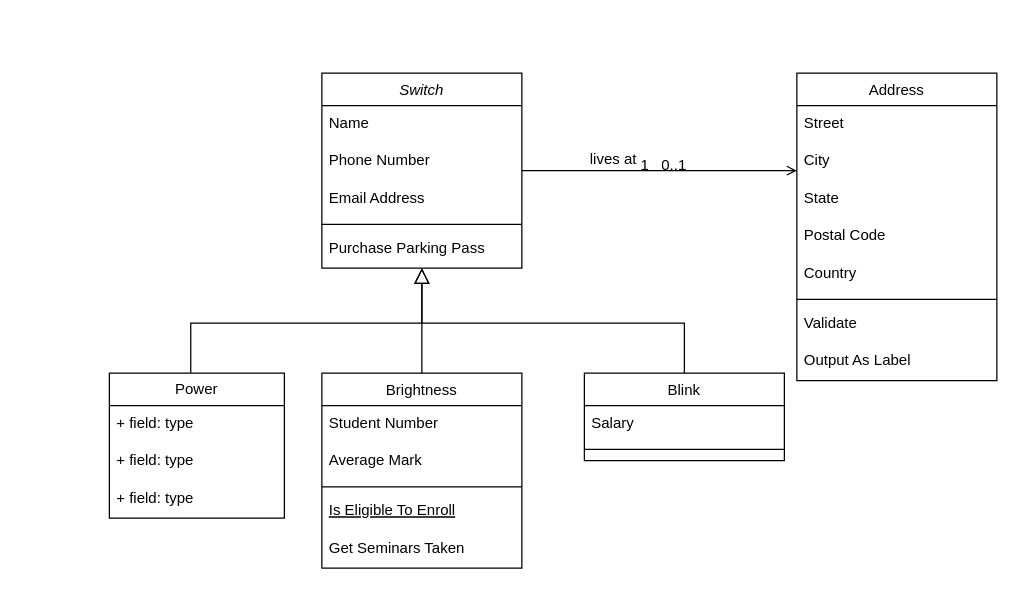
Before: lampcontrol.drawio in naughtyraven/shiyan, a draw.io diagram. Source tidied: cells renumbered, new cells numbered last; positions are measured from the earlier drawing's top-left corner, leaving out a move shared by most shapes. Both pictures are drawn from the tidied source at 125%, with x=0, y=0 at pixel (109, 72).
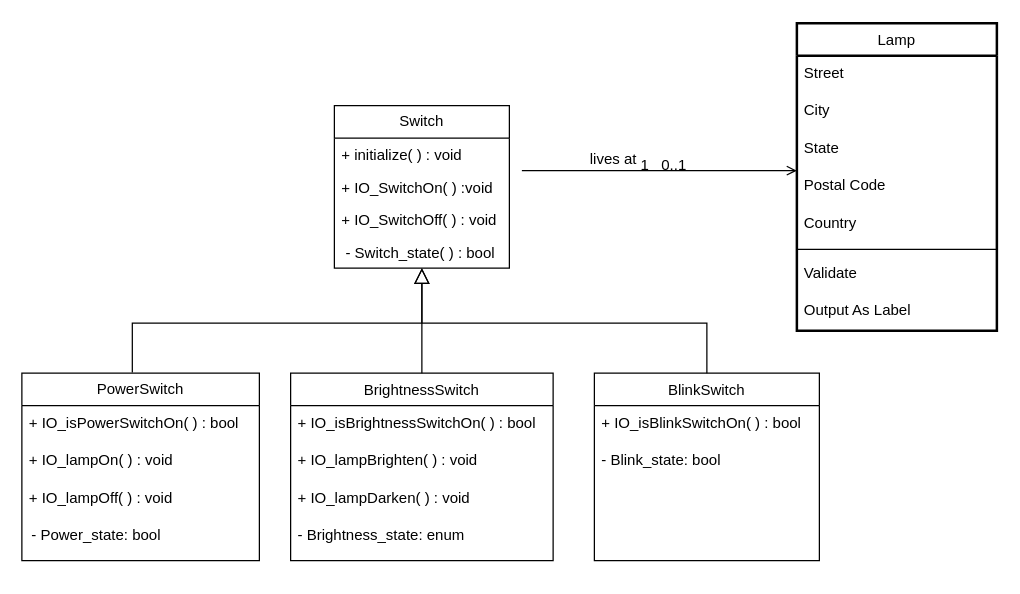
Above is the later version.

What changed in the source:
```diff
@@
-    <mxCell id="2" value="Switch" style="swimlane;fontStyle=2;align=center;verticalAlign=top;horizontal=1;startSize=26;rounded=0;shadow=0;strokeWidth=1;" parent="1" vertex="1">
-      <mxGeometry x="170" width="160" height="156" as="geometry" />
-    </mxCell>
-    <mxCell id="3" value="Name" style="text;align=left;verticalAlign=top;spacingLeft=4;spacingRight=4;overflow=hidden;" parent="2" vertex="1">
-      <mxGeometry y="26" width="160" height="30" as="geometry" />
-    </mxCell>
-    <mxCell id="4" value="Phone Number" style="text;align=left;verticalAlign=top;spacingLeft=4;spacingRight=4;overflow=hidden;rounded=0;shadow=0;html=0;" parent="2" vertex="1">
-      <mxGeometry y="56" width="160" height="30" as="geometry" />
-    </mxCell>
-    <mxCell id="5" value="Email Address" style="text;align=left;verticalAlign=top;spacingLeft=4;spacingRight=4;overflow=hidden;rounded=0;shadow=0;html=0;" parent="2" vertex="1">
-      <mxGeometry y="86" width="160" height="30" as="geometry" />
-    </mxCell>
-    <mxCell id="6" style="line;html=1;strokeWidth=1;align=left;verticalAlign=middle;spacingTop=-1;spacingLeft=3;spacingRight=3;labelPosition=right;" parent="2" vertex="1">
-      <mxGeometry y="116" width="160" height="10" as="geometry" />
-    </mxCell>
-    <mxCell id="7" value="Purchase Parking Pass" style="text;align=left;verticalAlign=top;spacingLeft=4;spacingRight=4;overflow=hidden;" parent="2" vertex="1">
-      <mxGeometry y="126" width="160" height="30" as="geometry" />
-    </mxCell>
-    <mxCell id="8" value="Brightness" style="swimlane;fontStyle=0;align=center;verticalAlign=top;horizontal=1;startSize=26;rounded=0;shadow=0;strokeWidth=1;" parent="1" vertex="1">
-      <mxGeometry x="170" y="240" width="160" height="156" as="geometry" />
+    <mxCell id="8" value="BrightnessSwitch" style="swimlane;fontStyle=0;align=center;verticalAlign=top;horizontal=1;startSize=26;rounded=0;shadow=0;strokeWidth=1;" parent="1" vertex="1">
+      <mxGeometry x="145" y="240" width="210" height="150" as="geometry" />
     </mxCell>
-    <mxCell id="9" value="Student Number" style="text;align=left;verticalAlign=top;spacingLeft=4;spacingRight=4;overflow=hidden;" parent="8" vertex="1">
-      <mxGeometry y="26" width="160" height="30" as="geometry" />
+    <mxCell id="9" value="+ IO_isBrightnessSwitchOn( ) : bool" style="text;align=left;verticalAlign=top;spacingLeft=4;spacingRight=4;overflow=hidden;" parent="8" vertex="1">
+      <mxGeometry y="26" width="210" height="30" as="geometry" />
     </mxCell>
-    <mxCell id="10" value="Average Mark" style="text;align=left;verticalAlign=top;spacingLeft=4;spacingRight=4;overflow=hidden;rounded=0;shadow=0;html=0;" parent="8" vertex="1">
-      <mxGeometry y="56" width="160" height="30" as="geometry" />
+    <mxCell id="10" value="+ IO_lampBrighten( ) : void" style="text;align=left;verticalAlign=top;spacingLeft=4;spacingRight=4;overflow=hidden;rounded=0;shadow=0;html=0;" parent="8" vertex="1">
+      <mxGeometry y="56" width="210" height="30" as="geometry" />
     </mxCell>
-    <mxCell id="11" style="line;html=1;strokeWidth=1;align=left;verticalAlign=middle;spacingTop=-1;spacingLeft=3;spacingRight=3;labelPosition=right;" parent="8" vertex="1">
-      <mxGeometry y="86" width="160" height="10" as="geometry" />
-    </mxCell>
-    <mxCell id="12" value="Is Eligible To Enroll" style="text;align=left;verticalAlign=top;spacingLeft=4;spacingRight=4;overflow=hidden;fontStyle=4;" parent="8" vertex="1">
-      <mxGeometry y="96" width="160" height="30" as="geometry" />
-    </mxCell>
+    <mxCell id="37" value="+ IO_lampDarken( ) : void" style="text;align=left;verticalAlign=top;spacingLeft=4;spacingRight=4;overflow=hidden;rounded=0;shadow=0;html=0;" parent="8" vertex="1">
+      <mxGeometry y="86" width="210" height="30" as="geometry" />
+    </mxCell>
-    <mxCell id="13" value="Get Seminars Taken" style="text;align=left;verticalAlign=top;spacingLeft=4;spacingRight=4;overflow=hidden;" parent="8" vertex="1">
-      <mxGeometry y="126" width="160" height="30" as="geometry" />
+    <mxCell id="13" value="- Brightness_state: enum" style="text;align=left;verticalAlign=top;spacingLeft=4;spacingRight=4;overflow=hidden;" parent="8" vertex="1">
+      <mxGeometry y="116" width="210" height="30" as="geometry" />
     </mxCell>
-    <mxCell id="14" style="endArrow=block;endSize=10;endFill=0;shadow=0;strokeWidth=1;rounded=0;edgeStyle=elbowEdgeStyle;elbow=vertical;exitX=0.465;exitY=-0.003;exitDx=0;exitDy=0;exitPerimeter=0;" parent="1" edge="1" source="32" target="2">
+    <mxCell id="14" style="endArrow=block;endSize=10;endFill=0;shadow=0;strokeWidth=1;rounded=0;edgeStyle=elbowEdgeStyle;elbow=vertical;exitX=0.465;exitY=-0.003;exitDx=0;exitDy=0;exitPerimeter=0;" parent="1" edge="1" source="32">
       <mxGeometry relative="1" as="geometry">
+        <mxPoint x="250" y="156" as="targetPoint" />
         <Array as="points">
           <mxPoint x="250" y="200" />
           <mxPoint x="250" y="190" />
           <mxPoint x="210" y="200" />
         </Array>
       </mxGeometry>
     </mxCell>
-    <mxCell id="15" value="Blink" style="swimlane;fontStyle=0;align=center;verticalAlign=top;horizontal=1;startSize=26;rounded=0;shadow=0;strokeWidth=1;" parent="1" vertex="1">
-      <mxGeometry x="380" y="240" width="160" height="70" as="geometry" />
+    <mxCell id="15" value="BlinkSwitch" style="swimlane;fontStyle=0;align=center;verticalAlign=top;horizontal=1;startSize=26;rounded=0;shadow=0;strokeWidth=1;" parent="1" vertex="1">
+      <mxGeometry x="388" y="240" width="180" height="150" as="geometry" />
     </mxCell>
-    <mxCell id="16" value="Salary" style="text;align=left;verticalAlign=top;spacingLeft=4;spacingRight=4;overflow=hidden;" parent="15" vertex="1">
-      <mxGeometry y="26" width="160" height="30" as="geometry" />
+    <mxCell id="16" value="+ IO_isBlinkSwitchOn( ) : bool" style="text;align=left;verticalAlign=top;spacingLeft=4;spacingRight=4;overflow=hidden;" parent="15" vertex="1">
+      <mxGeometry y="26" width="180" height="30" as="geometry" />
     </mxCell>
-    <mxCell id="17" style="line;html=1;strokeWidth=1;align=left;verticalAlign=middle;spacingTop=-1;spacingLeft=3;spacingRight=3;labelPosition=right;" parent="15" vertex="1">
-      <mxGeometry y="56" width="160" height="10" as="geometry" />
-    </mxCell>
+    <mxCell id="38" value="- Blink_state: bool" style="text;align=left;verticalAlign=top;spacingLeft=4;spacingRight=4;overflow=hidden;" parent="15" vertex="1">
+      <mxGeometry y="56" width="180" height="30" as="geometry" />
+    </mxCell>
-    <mxCell id="18" style="endArrow=block;endSize=10;endFill=0;shadow=0;strokeWidth=1;rounded=0;edgeStyle=elbowEdgeStyle;elbow=vertical;" parent="1" edge="1" source="15" target="2">
+    <mxCell id="18" style="endArrow=block;endSize=10;endFill=0;shadow=0;strokeWidth=1;rounded=0;edgeStyle=elbowEdgeStyle;elbow=vertical;" parent="1" edge="1" source="15">
       <mxGeometry relative="1" as="geometry">
+        <mxPoint x="250" y="156" as="targetPoint" />
         <Array as="points">
           <mxPoint x="360" y="200" />
         </Array>
       </mxGeometry>
     </mxCell>
-    <mxCell id="19" value="Address" style="swimlane;fontStyle=0;align=center;verticalAlign=top;horizontal=1;startSize=26;rounded=0;shadow=0;strokeWidth=1;" parent="1" vertex="1">
-      <mxGeometry x="550" width="160" height="246" as="geometry" />
+    <mxCell id="19" value="Lamp" style="swimlane;fontStyle=0;align=center;verticalAlign=top;horizontal=1;startSize=26;rounded=0;shadow=0;strokeWidth=2;" parent="1" vertex="1">
+      <mxGeometry x="550" y="-40" width="160" height="246" as="geometry" />
     </mxCell>
@@
-    <mxCell id="28" style="endArrow=open;shadow=0;strokeWidth=1;rounded=0;endFill=1;edgeStyle=elbowEdgeStyle;elbow=vertical;" parent="1" edge="1" source="2" target="19">
+    <mxCell id="28" style="endArrow=open;shadow=0;strokeWidth=1;rounded=0;endFill=1;edgeStyle=elbowEdgeStyle;elbow=vertical;" parent="1" edge="1" target="19">
       <mxGeometry x="0.5" y="41" relative="1" as="geometry">
+        <mxPoint x="330" y="78" as="sourcePoint" />
         <mxPoint x="-40" y="32" as="offset" />
       </mxGeometry>
     </mxCell>
@@
-    <mxCell id="32" value="Power" style="swimlane;fontStyle=0;horizontal=1;startSize=26;fillColor=none;whiteSpace=wrap;html=1;" parent="1" vertex="1">
-      <mxGeometry y="240" width="140" height="116" as="geometry" />
+    <mxCell id="32" value="PowerSwitch" style="swimlane;fontStyle=0;horizontal=1;startSize=26;fillColor=none;whiteSpace=wrap;html=1;" parent="1" vertex="1">
+      <mxGeometry x="-70" y="240" width="190" height="150" as="geometry" />
     </mxCell>
-    <mxCell id="33" value="+ field: type" style="text;strokeColor=none;fillColor=none;align=left;verticalAlign=top;spacingLeft=4;spacingRight=4;overflow=hidden;whiteSpace=wrap;html=1;" parent="32" vertex="1">
-      <mxGeometry y="26" width="140" height="30" as="geometry" />
+    <mxCell id="33" value="+ IO_isPowerSwitchOn( ) : bool" style="text;strokeColor=none;fillColor=none;align=left;verticalAlign=top;spacingLeft=4;spacingRight=4;overflow=hidden;whiteSpace=wrap;html=1;" parent="32" vertex="1">
+      <mxGeometry y="26" width="190" height="30" as="geometry" />
     </mxCell>
-    <mxCell id="34" value="+ field: type" style="text;strokeColor=none;fillColor=none;align=left;verticalAlign=top;spacingLeft=4;spacingRight=4;overflow=hidden;whiteSpace=wrap;html=1;" parent="32" vertex="1">
-      <mxGeometry y="56" width="140" height="30" as="geometry" />
+    <mxCell id="34" value="+ IO_lampOn( ) : void" style="text;strokeColor=none;fillColor=none;align=left;verticalAlign=top;spacingLeft=4;spacingRight=4;overflow=hidden;whiteSpace=wrap;html=1;" parent="32" vertex="1">
+      <mxGeometry y="56" width="190" height="30" as="geometry" />
     </mxCell>
-    <mxCell id="35" value="+ field: type" style="text;strokeColor=none;fillColor=none;align=left;verticalAlign=top;spacingLeft=4;spacingRight=4;overflow=hidden;whiteSpace=wrap;html=1;" parent="32" vertex="1">
-      <mxGeometry y="86" width="140" height="30" as="geometry" />
+    <mxCell id="35" value="+ IO_lampOff( ) : void" style="text;strokeColor=none;fillColor=none;align=left;verticalAlign=top;spacingLeft=4;spacingRight=4;overflow=hidden;whiteSpace=wrap;html=1;" parent="32" vertex="1">
+      <mxGeometry y="86" width="190" height="30" as="geometry" />
     </mxCell>
@@
+    <mxCell id="39" value="- Power_state: bool&amp;nbsp;" style="text;strokeColor=none;fillColor=none;align=left;verticalAlign=top;spacingLeft=4;spacingRight=4;overflow=hidden;whiteSpace=wrap;html=1;" parent="1" vertex="1">
+      <mxGeometry x="-68" y="356" width="180" height="30" as="geometry" />
+    </mxCell>
+    <mxCell id="2" value="Switch" style="swimlane;fontStyle=0;horizontal=1;startSize=26;fillColor=none;whiteSpace=wrap;html=1;" parent="1" vertex="1">
+      <mxGeometry x="180" y="26" width="140" height="130" as="geometry" />
+    </mxCell>
+    <mxCell id="40" value="+ initialize( ) : void" style="text;strokeColor=none;fillColor=none;align=left;verticalAlign=top;spacingLeft=4;spacingRight=4;overflow=hidden;whiteSpace=wrap;html=1;" parent="2" vertex="1">
+      <mxGeometry y="26" width="140" height="26" as="geometry" />
+    </mxCell>
+    <mxCell id="41" value="+ IO_SwitchOn( ) :void" style="text;strokeColor=none;fillColor=none;align=left;verticalAlign=top;spacingLeft=4;spacingRight=4;overflow=hidden;whiteSpace=wrap;html=1;" parent="2" vertex="1">
+      <mxGeometry y="52" width="140" height="26" as="geometry" />
+    </mxCell>
+    <mxCell id="42" value="+ IO_SwitchOff( ) : void" style="text;strokeColor=none;fillColor=none;align=left;verticalAlign=top;spacingLeft=4;spacingRight=4;overflow=hidden;whiteSpace=wrap;html=1;" parent="2" vertex="1">
+      <mxGeometry y="78" width="140" height="26" as="geometry" />
+    </mxCell>
+    <mxCell id="43" value="&amp;nbsp;- Switch_state( ) : bool" style="text;strokeColor=none;fillColor=none;align=left;verticalAlign=top;spacingLeft=4;spacingRight=4;overflow=hidden;whiteSpace=wrap;html=1;" parent="2" vertex="1">
+      <mxGeometry y="104" width="140" height="26" as="geometry" />
+    </mxCell>
```
